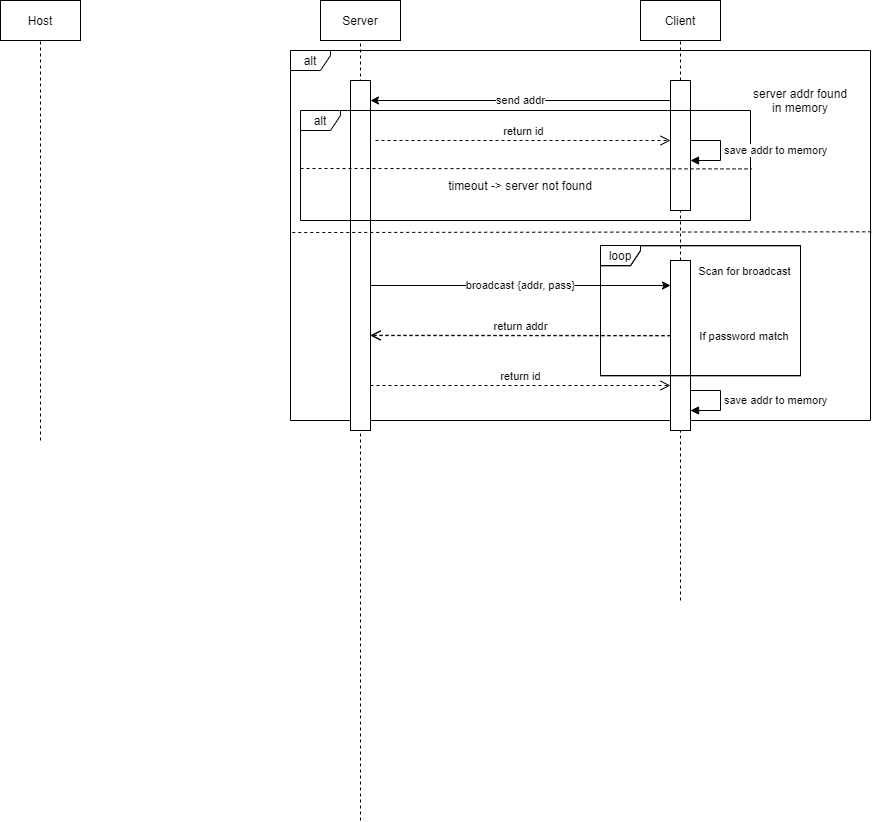
Before: ServerClientProtocol.png, a diagram exported from draw.io (Viquiz/ServerClientProtocol). Source tidied: cells renumbered, new cells last; positions are measured from the earlier drawing's top-left corner, leaving out a move shared by most shapes.
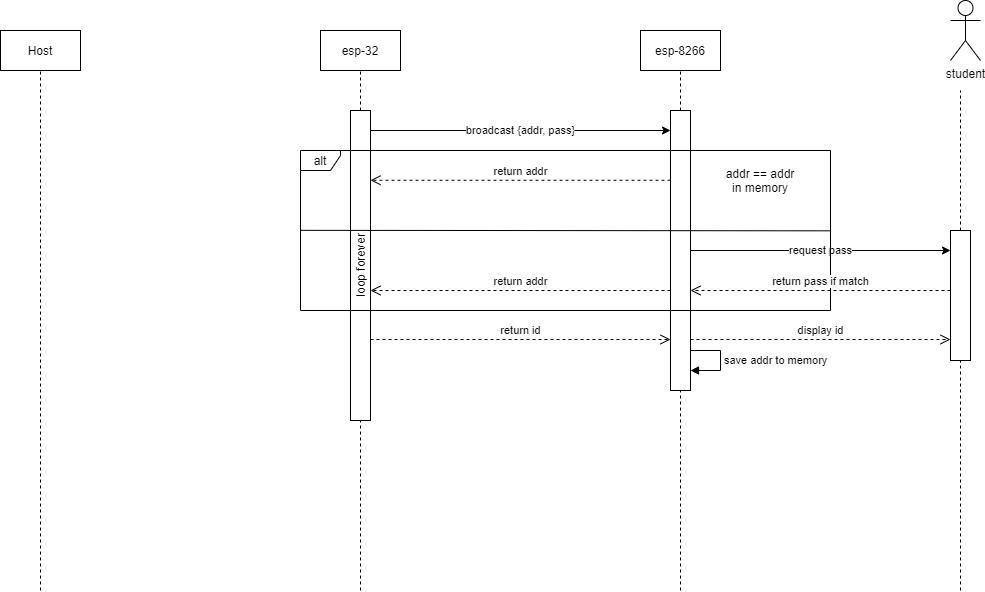
After the commit.

The edit, as a diff of the source:
```diff
@@ -2,137 +2,114 @@
   <root>
     <mxCell id="0" />
     <mxCell id="1" parent="0" />
-    <mxCell id="2" value="alt" style="shape=umlFrame;whiteSpace=wrap;html=1;width=40;height=20;" parent="1" vertex="1">
-      <mxGeometry x="290" y="50" width="580" height="370" as="geometry" />
-    </mxCell>
     <mxCell id="3" value="Host" style="rounded=0;whiteSpace=wrap;html=1;" parent="1" vertex="1">
       <mxGeometry width="80" height="40" as="geometry" />
     </mxCell>
-    <mxCell id="4" value="Server" style="rounded=0;whiteSpace=wrap;html=1;" parent="1" vertex="1">
+    <mxCell id="4" value="esp-32" style="rounded=0;whiteSpace=wrap;html=1;" parent="1" vertex="1">
       <mxGeometry x="320" width="80" height="40" as="geometry" />
     </mxCell>
     <mxCell id="5" style="endArrow=none;dashed=1;html=1;entryX=0.5;entryY=1;entryDx=0;entryDy=0;" parent="1" edge="1" target="3">
       <mxGeometry relative="1" as="geometry">
-        <mxPoint x="40" y="440" as="sourcePoint" />
+        <mxPoint x="40" y="560" as="sourcePoint" />
       </mxGeometry>
     </mxCell>
     <mxCell id="6" style="endArrow=none;dashed=1;html=1;entryX=0.5;entryY=1;entryDx=0;entryDy=0;" parent="1" edge="1" target="4">
       <mxGeometry relative="1" as="geometry">
-        <mxPoint x="360" y="820" as="sourcePoint" />
+        <mxPoint x="360" y="560" as="sourcePoint" />
       </mxGeometry>
     </mxCell>
-    <mxCell id="7" value="Client" style="rounded=0;whiteSpace=wrap;html=1;" parent="1" vertex="1">
+    <mxCell id="7" value="esp-8266" style="rounded=0;whiteSpace=wrap;html=1;" parent="1" vertex="1">
       <mxGeometry x="640" width="80" height="40" as="geometry" />
     </mxCell>
-    <mxCell id="8" style="endArrow=none;dashed=1;html=1;entryX=0.5;entryY=1;entryDx=0;entryDy=0;startArrow=none;" parent="1" edge="1" source="13" target="7">
-      <mxGeometry relative="1" as="geometry" />
-    </mxCell>
-    <mxCell id="9" style="rounded=0;whiteSpace=wrap;html=1;" parent="1" vertex="1">
-      <mxGeometry x="350" y="80" width="20" height="350" as="geometry" />
+    <mxCell id="9" value="loop forever" style="rounded=0;whiteSpace=wrap;html=1;horizontal=0;" parent="1" vertex="1">
+      <mxGeometry x="350" y="80" width="20" height="310" as="geometry" />
     </mxCell>
+    <mxCell id="14" style="endArrow=none;dashed=1;html=1;entryX=0.5;entryY=1;entryDx=0;entryDy=0;" parent="1" edge="1" target="7">
+      <mxGeometry relative="1" as="geometry">
+        <mxPoint x="680" y="560" as="sourcePoint" />
+      </mxGeometry>
+    </mxCell>
+    <mxCell id="27" value="save addr to memory" style="edgeStyle=orthogonalEdgeStyle;html=1;align=left;spacingLeft=2;endArrow=block;rounded=0;" parent="1" edge="1">
+      <mxGeometry relative="1" as="geometry">
+        <mxPoint x="690" y="320" as="sourcePoint" />
+        <mxPoint x="690" y="340" as="targetPoint" />
+        <Array as="points">
+          <mxPoint x="720" y="320" />
+        </Array>
+      </mxGeometry>
+    </mxCell>
+    <mxCell id="34" value="student" style="shape=umlActor;verticalLabelPosition=bottom;verticalAlign=top;html=1;" parent="1" vertex="1">
+      <mxGeometry x="950" y="-30" width="30" height="60" as="geometry" />
+    </mxCell>
+    <mxCell id="35" style="endArrow=none;dashed=1;html=1;startArrow=none;" parent="1" edge="1" source="39">
+      <mxGeometry relative="1" as="geometry">
+        <mxPoint x="960" y="60" as="targetPoint" />
+      </mxGeometry>
+    </mxCell>
+    <mxCell id="26" value="broadcast {addr, pass}" style="endArrow=classic;html=1;" parent="1" edge="1">
+      <mxGeometry relative="1" as="geometry">
+        <mxPoint x="370" y="100" as="sourcePoint" />
+        <mxPoint x="670" y="100" as="targetPoint" />
+      </mxGeometry>
+    </mxCell>
     <mxCell id="10" style="rounded=0;whiteSpace=wrap;html=1;" parent="1" vertex="1">
-      <mxGeometry x="670" y="80" width="20" height="130" as="geometry" />
+      <mxGeometry x="670" y="80" width="20" height="280" as="geometry" />
     </mxCell>
-    <mxCell id="11" style="endArrow=none;dashed=1;html=1;exitX=0.003;exitY=0.492;exitDx=0;exitDy=0;exitPerimeter=0;entryX=1.002;entryY=0.49;entryDx=0;entryDy=0;entryPerimeter=0;" parent="1" edge="1" source="2" target="2">
-      <mxGeometry relative="1" as="geometry" />
-    </mxCell>
-    <mxCell id="12" value="server addr found in memory" style="text;html=1;strokeColor=none;fillColor=none;align=center;verticalAlign=middle;whiteSpace=wrap;rounded=0;" parent="1" vertex="1">
-      <mxGeometry x="750" y="80" width="100" height="40" as="geometry" />
-    </mxCell>
-    <mxCell id="13" style="rounded=0;whiteSpace=wrap;html=1;" parent="1" vertex="1">
-      <mxGeometry x="670" y="260" width="20" height="170" as="geometry" />
-    </mxCell>
-    <mxCell id="14" style="endArrow=none;dashed=1;html=1;entryX=0.5;entryY=1;entryDx=0;entryDy=0;" parent="1" edge="1" target="13">
-      <mxGeometry relative="1" as="geometry">
-        <mxPoint x="680" y="600" as="sourcePoint" />
-      </mxGeometry>
-    </mxCell>
-    <mxCell id="15" value="send addr" style="endArrow=classic;html=1;" parent="1" edge="1">
-      <mxGeometry relative="1" as="geometry">
-        <mxPoint x="670" y="100" as="sourcePoint" />
-        <mxPoint x="370" y="100" as="targetPoint" />
-      </mxGeometry>
-    </mxCell>
-    <mxCell id="16" style="group;" parent="1" vertex="1">
-      <mxGeometry x="370" y="325.3" width="456.5" height="50" as="geometry" />
-    </mxCell>
-    <mxCell id="17" value="return addr" style="html=1;verticalAlign=bottom;endArrow=open;dashed=1;endSize=8;" parent="16" edge="1">
-      <mxGeometry relative="1" as="geometry">
-        <mxPoint x="300" y="10" as="sourcePoint" />
-        <mxPoint y="9.8" as="targetPoint" />
-      </mxGeometry>
-    </mxCell>
-    <mxCell id="18" value="&lt;span style=&quot;font-size: 11px ; background-color: rgb(255 , 255 , 255)&quot;&gt;If password match&lt;/span&gt;" style="text;html=1;strokeColor=none;fillColor=none;align=center;verticalAlign=middle;whiteSpace=wrap;rounded=0;" parent="16" vertex="1">
-      <mxGeometry x="316.3" width="115.7" height="20" as="geometry" />
-    </mxCell>
-    <mxCell id="19" value="loop" style="shape=umlFrame;whiteSpace=wrap;html=1;width=40;height=20;" parent="16" vertex="1">
-      <mxGeometry x="230" y="-80" width="200" height="130" as="geometry" />
-    </mxCell>
-    <mxCell id="20" style="group;" parent="16" vertex="1">
-      <mxGeometry y="-0.3" width="456.5" height="50" as="geometry" />
-    </mxCell>
-    <mxCell id="21" value="loop" style="shape=umlFrame;whiteSpace=wrap;html=1;width=40;height=20;" parent="20" vertex="1">
-      <mxGeometry x="230" y="-80" width="200" height="130" as="geometry" />
-    </mxCell>
-    <mxCell id="22" value="return addr" style="html=1;verticalAlign=bottom;endArrow=open;dashed=1;endSize=8;" parent="20" edge="1">
-      <mxGeometry relative="1" as="geometry">
-        <mxPoint x="300" y="10" as="sourcePoint" />
-        <mxPoint y="9.8" as="targetPoint" />
-      </mxGeometry>
-    </mxCell>
-    <mxCell id="23" value="&lt;span style=&quot;font-size: 11px ; background-color: rgb(255 , 255 , 255)&quot;&gt;If password match&lt;/span&gt;" style="text;html=1;strokeColor=none;fillColor=none;align=center;verticalAlign=middle;whiteSpace=wrap;rounded=0;" parent="20" vertex="1">
-      <mxGeometry x="316.3" width="115.7" height="20" as="geometry" />
-    </mxCell>
-    <mxCell id="24" value="&lt;span style=&quot;font-size: 11px ; background-color: rgb(255 , 255 , 255)&quot;&gt;Scan for broadcast&lt;/span&gt;" style="text;html=1;strokeColor=none;fillColor=none;align=center;verticalAlign=middle;whiteSpace=wrap;rounded=0;" parent="20" vertex="1">
-      <mxGeometry x="316.3" y="-65" width="117" height="20" as="geometry" />
-    </mxCell>
-    <mxCell id="25" value="return id" style="html=1;verticalAlign=bottom;endArrow=open;dashed=1;endSize=8;" parent="16" edge="1">
-      <mxGeometry relative="1" as="geometry">
-        <mxPoint y="59.7" as="sourcePoint" />
-        <mxPoint x="300" y="59.7" as="targetPoint" />
-      </mxGeometry>
-    </mxCell>
-    <mxCell id="26" value="broadcast {addr, pass}" style="endArrow=classic;html=1;" parent="16" edge="1">
-      <mxGeometry relative="1" as="geometry">
-        <mxPoint y="-40.3" as="sourcePoint" />
-        <mxPoint x="300" y="-40.3" as="targetPoint" />
-      </mxGeometry>
-    </mxCell>
-    <mxCell id="27" value="save addr to memory" style="edgeStyle=orthogonalEdgeStyle;html=1;align=left;spacingLeft=2;endArrow=block;rounded=0;" parent="1" edge="1">
-      <mxGeometry relative="1" as="geometry">
-        <mxPoint x="690" y="390" as="sourcePoint" />
-        <mxPoint x="690" y="410" as="targetPoint" />
-        <Array as="points">
-          <mxPoint x="720" y="390" />
-        </Array>
-      </mxGeometry>
-    </mxCell>
-    <mxCell id="28" style="group;" parent="1" vertex="1">
-      <mxGeometry x="300" y="110" width="450" height="110" as="geometry" />
-    </mxCell>
-    <mxCell id="29" value="alt" style="shape=umlFrame;whiteSpace=wrap;html=1;width=40;height=20;" parent="28" vertex="1">
-      <mxGeometry width="450" height="110" as="geometry" />
-    </mxCell>
-    <mxCell id="30" style="endArrow=none;dashed=1;html=1;exitX=0;exitY=0.527;exitDx=0;exitDy=0;exitPerimeter=0;entryX=1.003;entryY=0.531;entryDx=0;entryDy=0;entryPerimeter=0;" parent="28" edge="1" source="29" target="29">
-      <mxGeometry relative="1" as="geometry" />
-    </mxCell>
-    <mxCell id="31" value="return id" style="html=1;verticalAlign=bottom;endArrow=open;dashed=1;endSize=8;" parent="28" edge="1">
-      <mxGeometry relative="1" as="geometry">
-        <mxPoint x="75" y="30" as="sourcePoint" />
-        <mxPoint x="370" y="30" as="targetPoint" />
-      </mxGeometry>
-    </mxCell>
-    <mxCell id="32" value="timeout -&amp;gt; server not found" style="text;html=1;strokeColor=none;fillColor=none;align=center;verticalAlign=middle;whiteSpace=wrap;rounded=0;" parent="28" vertex="1">
-      <mxGeometry x="70" y="60" width="300" height="30" as="geometry" />
-    </mxCell>
-    <mxCell id="33" value="save addr to memory" style="edgeStyle=orthogonalEdgeStyle;html=1;align=left;spacingLeft=2;endArrow=block;rounded=0;" parent="28" edge="1">
-      <mxGeometry relative="1" as="geometry">
-        <mxPoint x="390" y="30" as="sourcePoint" />
-        <mxPoint x="390" y="50" as="targetPoint" />
-        <Array as="points">
-          <mxPoint x="420" y="30" />
-        </Array>
-      </mxGeometry>
-    </mxCell>
+    <mxCell id="36" value="addr == addr in memory" style="text;html=1;strokeColor=none;fillColor=none;align=center;verticalAlign=middle;whiteSpace=wrap;rounded=0;" parent="1" vertex="1">
+      <mxGeometry x="720" y="140" width="80" height="20" as="geometry" />
+    </mxCell>
+    <mxCell id="37" value="return addr" style="html=1;verticalAlign=bottom;endArrow=open;dashed=1;endSize=8;" parent="1" edge="1">
+      <mxGeometry relative="1" as="geometry">
+        <mxPoint x="670" y="149.8" as="sourcePoint" />
+        <mxPoint x="370" y="149.8" as="targetPoint" />
+      </mxGeometry>
+    </mxCell>
+    <mxCell id="38" value="request pass" style="endArrow=classic;html=1;" parent="1" edge="1">
+      <mxGeometry relative="1" as="geometry">
+        <mxPoint x="690" y="220" as="sourcePoint" />
+        <mxPoint x="950" y="220" as="targetPoint" />
+      </mxGeometry>
+    </mxCell>
+    <mxCell id="39" style="rounded=0;whiteSpace=wrap;html=1;" parent="1" vertex="1">
+      <mxGeometry x="950" y="200" width="20" height="130" as="geometry" />
+    </mxCell>
+    <mxCell id="40" style="endArrow=none;dashed=1;html=1;" parent="1" edge="1" target="39">
+      <mxGeometry relative="1" as="geometry">
+        <mxPoint x="960" y="560" as="sourcePoint" />
+      </mxGeometry>
+    </mxCell>
+    <mxCell id="41" value="return id" style="html=1;verticalAlign=bottom;endArrow=open;dashed=1;endSize=8;" parent="1" edge="1">
+      <mxGeometry relative="1" as="geometry">
+        <mxPoint x="370" y="309" as="sourcePoint" />
+        <mxPoint x="670" y="309" as="targetPoint" />
+      </mxGeometry>
+    </mxCell>
+    <mxCell id="42" style="group;" parent="1" vertex="1">
+      <mxGeometry x="300" y="120" width="530" height="160" as="geometry" />
+    </mxCell>
+    <mxCell id="43" value="alt" style="shape=umlFrame;whiteSpace=wrap;html=1;width=40;height=20;" parent="42" vertex="1">
+      <mxGeometry width="530" height="160" as="geometry" />
+    </mxCell>
+    <mxCell id="44" style="endArrow=none;html=1;entryX=1.001;entryY=0.502;entryDx=0;entryDy=0;entryPerimeter=0;exitX=0;exitY=0.499;exitDx=0;exitDy=0;exitPerimeter=0;" parent="42" edge="1" source="43" target="43">
+      <mxGeometry relative="1" as="geometry" />
+    </mxCell>
+    <mxCell id="45" value="return addr" style="html=1;verticalAlign=bottom;endArrow=open;dashed=1;endSize=8;" parent="42" edge="1">
+      <mxGeometry relative="1" as="geometry">
+        <mxPoint x="370" y="140" as="sourcePoint" />
+        <mxPoint x="70" y="140" as="targetPoint" />
+      </mxGeometry>
+    </mxCell>
+    <mxCell id="46" value="return pass if match" style="html=1;verticalAlign=bottom;endArrow=open;dashed=1;endSize=8;" parent="42" edge="1">
+      <mxGeometry relative="1" as="geometry">
+        <mxPoint x="650" y="140" as="sourcePoint" />
+        <mxPoint x="390" y="140" as="targetPoint" />
+      </mxGeometry>
+    </mxCell>
+    <mxCell id="47" value="display id" style="html=1;verticalAlign=bottom;endArrow=open;dashed=1;endSize=8;" parent="1" edge="1">
+      <mxGeometry relative="1" as="geometry">
+        <mxPoint x="690" y="309" as="sourcePoint" />
+        <mxPoint x="950" y="309" as="targetPoint" />
+      </mxGeometry>
+    </mxCell>
   </root>
 </mxGraphModel>
```
